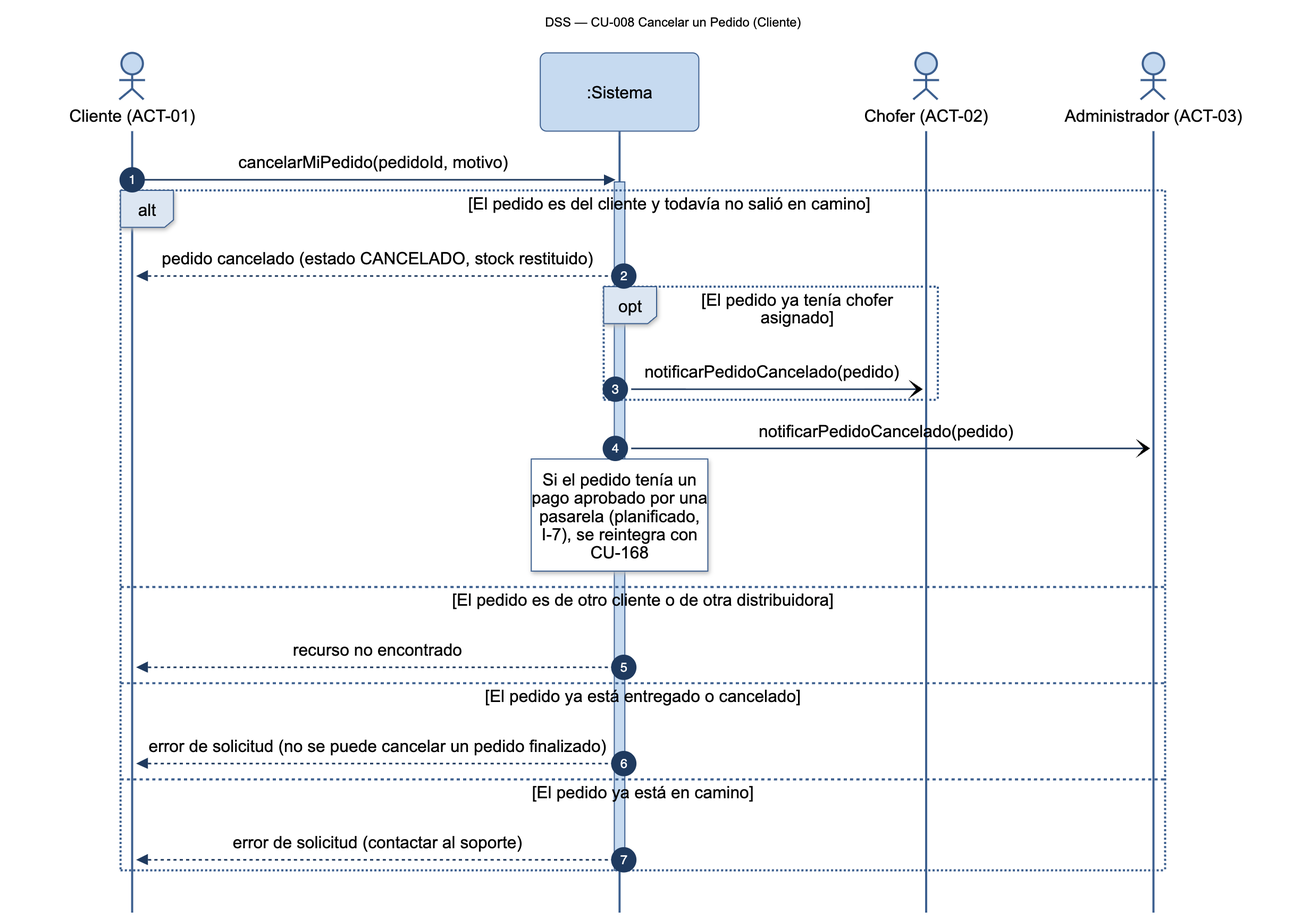
Before: diagramas/png/DSS_CU-008_Cancelar-un-Pedido.png, a diagram exported from Mermaid (Nahuelito-Dev/splg-docs). Its source is kept beside it as diagramas/DSS_CU-008_Cancelar-un-Pedido.mmd.
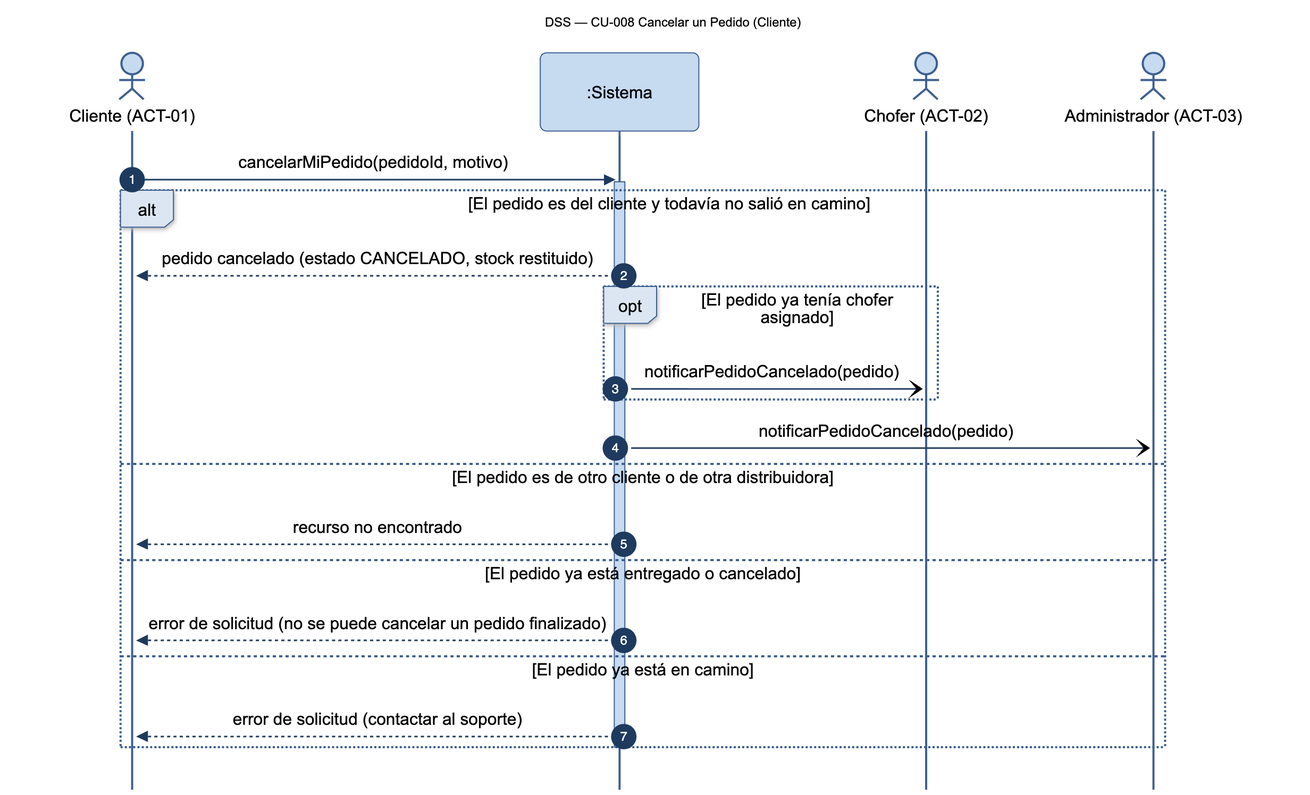
Later version of the same file.

What changed in the source:
```diff
@@ -14,7 +14,6 @@
             SIS-)CHO: notificarPedidoCancelado(pedido)
         end
         SIS-)ADM: notificarPedidoCancelado(pedido)
-        Note over SIS: Si el pedido tenía un<br/>pago aprobado por una<br/>pasarela (planificado,<br/>I-7), se reintegra con<br/>CU-168
     else El pedido es de otro cliente o de otra distribuidora
         SIS-->>CLI: recurso no encontrado
     else El pedido ya está entregado o cancelado
```
